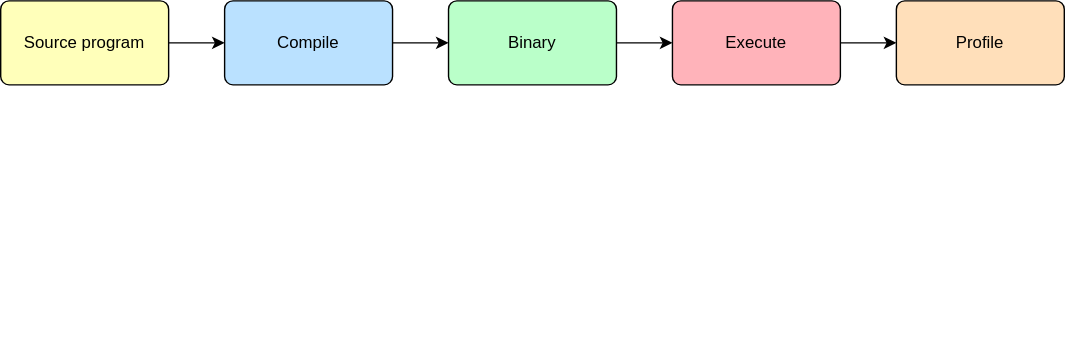
This is public/images/pgo/pgo5.svg from zBION1C/phd_presentation, a draw.io export, as it was before one commit. Source tidied: cells renumbered, new cells last; positions are measured from the earlier drawing's top-left corner, leaving out a move shared by most shapes. Its diagram source:
```xml
<mxGraphModel>
  <root>
    <mxCell id="0" />
    <mxCell id="1" parent="0" />
    <mxCell id="2" style="edgeStyle=orthogonalEdgeStyle;rounded=0;jettySize=auto;html=1;" parent="1" edge="1" source="4" target="6">
      <mxGeometry relative="1" as="geometry" />
    </mxCell>
    <mxCell id="3" style="edgeStyle=orthogonalEdgeStyle;rounded=1;jettySize=auto;html=1;exitX=0.5;exitY=1;exitDx=0;exitDy=0;entryX=0;entryY=0.5;entryDx=0;entryDy=0;strokeColor=default;align=center;verticalAlign=middle;arcSize=10;fontFamily=Helvetica;fontSize=12;fontColor=default;labelBackgroundColor=default;endArrow=classic;fillColor=#BAFFC9;opacity=0;textOpacity=0;" parent="1" edge="1" source="4" target="14">
      <mxGeometry relative="1" as="geometry" />
    </mxCell>
    <mxCell id="4" value="Source program" style="rounded=1;whiteSpace=wrap;html=1;arcSize=10;strokeColor=default;align=center;verticalAlign=middle;fontFamily=Helvetica;fontSize=12;fontColor=default;fillColor=#FFFFBA;fillOpacity=100;strokeOpacity=100;" parent="1" vertex="1">
      <mxGeometry width="120" height="60" as="geometry" />
    </mxCell>
    <mxCell id="5" style="edgeStyle=orthogonalEdgeStyle;rounded=0;jettySize=auto;html=1;" parent="1" edge="1" source="6" target="8">
      <mxGeometry relative="1" as="geometry" />
    </mxCell>
    <mxCell id="6" value="Compile" style="rounded=1;whiteSpace=wrap;html=1;arcSize=10;align=center;verticalAlign=middle;fontFamily=Helvetica;fontSize=12;fillOpacity=100;strokeOpacity=100;fillColor=#BAE1FF;" parent="1" vertex="1">
      <mxGeometry x="160" width="120" height="60" as="geometry" />
    </mxCell>
    <mxCell id="7" style="edgeStyle=orthogonalEdgeStyle;rounded=0;jettySize=auto;html=1;" parent="1" edge="1" source="8" target="10">
      <mxGeometry relative="1" as="geometry" />
    </mxCell>
    <mxCell id="8" value="Binary" style="rounded=1;whiteSpace=wrap;html=1;arcSize=10;strokeColor=default;align=center;verticalAlign=middle;fontFamily=Helvetica;fontSize=12;fontColor=default;fillColor=#BAFFC9;fillOpacity=100;strokeOpacity=100;" parent="1" vertex="1">
      <mxGeometry x="320" width="120" height="60" as="geometry" />
    </mxCell>
    <mxCell id="9" style="edgeStyle=orthogonalEdgeStyle;rounded=0;jettySize=auto;html=1;" parent="1" edge="1" source="10" target="12">
      <mxGeometry relative="1" as="geometry" />
    </mxCell>
    <mxCell id="10" value="Execute" style="rounded=1;whiteSpace=wrap;html=1;arcSize=10;strokeColor=default;align=center;verticalAlign=middle;fontFamily=Helvetica;fontSize=12;fontColor=default;fillColor=#FFB3BA;fillOpacity=100;strokeOpacity=100;" parent="1" vertex="1">
      <mxGeometry x="480" width="120" height="60" as="geometry" />
    </mxCell>
    <mxCell id="11" style="edgeStyle=orthogonalEdgeStyle;rounded=1;jettySize=auto;html=1;exitX=0.5;exitY=1;exitDx=0;exitDy=0;entryX=1;entryY=0.5;entryDx=0;entryDy=0;strokeColor=default;align=center;verticalAlign=middle;arcSize=10;fontFamily=Helvetica;fontSize=12;fontColor=default;fillColor=#BAFFC9;opacity=0;textOpacity=0;" parent="1" edge="1" source="12" target="14">
      <mxGeometry relative="1" as="geometry" />
    </mxCell>
    <mxCell id="12" value="Profile" style="rounded=1;whiteSpace=wrap;html=1;arcSize=10;strokeColor=default;align=center;verticalAlign=middle;fontFamily=Helvetica;fontSize=12;fontColor=default;fillColor=#FFDFBA;fillOpacity=100;strokeOpacity=100;" parent="1" vertex="1">
      <mxGeometry x="640" width="120" height="60" as="geometry" />
    </mxCell>
    <mxCell id="13" style="edgeStyle=orthogonalEdgeStyle;rounded=0;jettySize=auto;html=1;opacity=0;textOpacity=0;" parent="1" edge="1" source="14" target="15">
      <mxGeometry relative="1" as="geometry" />
    </mxCell>
    <mxCell id="14" value="Compile" style="rounded=1;whiteSpace=wrap;html=1;arcSize=10;strokeColor=default;align=center;verticalAlign=middle;fontFamily=Helvetica;fontSize=12;fontColor=default;fillColor=#BAE1FF;fillOpacity=100;strokeOpacity=100;opacity=0;textOpacity=0;" parent="1" vertex="1">
      <mxGeometry x="320" y="90" width="120" height="60" as="geometry" />
    </mxCell>
    <mxCell id="15" value="PGO binary" style="rounded=1;whiteSpace=wrap;html=1;arcSize=10;strokeColor=default;align=center;verticalAlign=middle;fontFamily=Helvetica;fontSize=12;fontColor=default;fillColor=#BAFFC9;fillOpacity=100;strokeOpacity=100;opacity=0;textOpacity=0;" parent="1" vertex="1">
      <mxGeometry x="320" y="180" width="120" height="60" as="geometry" />
    </mxCell>
  </root>
</mxGraphModel>
```
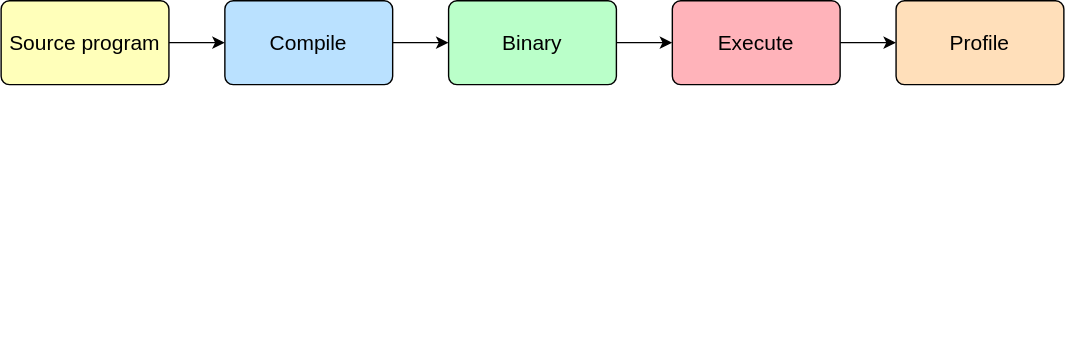
Above is the later version.

Diff of the diagram source:
```diff
@@ -2,46 +2,46 @@
   <root>
     <mxCell id="0" />
     <mxCell id="1" parent="0" />
-    <mxCell id="2" style="edgeStyle=orthogonalEdgeStyle;rounded=0;jettySize=auto;html=1;" parent="1" edge="1" source="4" target="6">
+    <mxCell id="2" style="edgeStyle=orthogonalEdgeStyle;rounded=0;jettySize=auto;html=1;fontSize=15;" parent="1" edge="1" source="4" target="6">
       <mxGeometry relative="1" as="geometry" />
     </mxCell>
-    <mxCell id="3" style="edgeStyle=orthogonalEdgeStyle;rounded=1;jettySize=auto;html=1;exitX=0.5;exitY=1;exitDx=0;exitDy=0;entryX=0;entryY=0.5;entryDx=0;entryDy=0;strokeColor=default;align=center;verticalAlign=middle;arcSize=10;fontFamily=Helvetica;fontSize=12;fontColor=default;labelBackgroundColor=default;endArrow=classic;fillColor=#BAFFC9;opacity=0;textOpacity=0;" parent="1" edge="1" source="4" target="14">
+    <mxCell id="3" style="edgeStyle=orthogonalEdgeStyle;rounded=1;jettySize=auto;html=1;exitX=0.5;exitY=1;exitDx=0;exitDy=0;entryX=0;entryY=0.5;entryDx=0;entryDy=0;strokeColor=default;align=center;verticalAlign=middle;arcSize=10;fontFamily=Helvetica;fontSize=15;fontColor=default;labelBackgroundColor=default;endArrow=classic;fillColor=#BAFFC9;opacity=0;textOpacity=0;" parent="1" edge="1" source="4" target="14">
       <mxGeometry relative="1" as="geometry" />
     </mxCell>
-    <mxCell id="4" value="Source program" style="rounded=1;whiteSpace=wrap;html=1;arcSize=10;strokeColor=default;align=center;verticalAlign=middle;fontFamily=Helvetica;fontSize=12;fontColor=default;fillColor=#FFFFBA;fillOpacity=100;strokeOpacity=100;" parent="1" vertex="1">
+    <mxCell id="4" value="Source program" style="rounded=1;whiteSpace=wrap;html=1;arcSize=10;strokeColor=default;align=center;verticalAlign=middle;fontFamily=Helvetica;fontSize=15;fontColor=default;fillColor=#FFFFBA;fillOpacity=100;strokeOpacity=100;" parent="1" vertex="1">
       <mxGeometry width="120" height="60" as="geometry" />
     </mxCell>
-    <mxCell id="5" style="edgeStyle=orthogonalEdgeStyle;rounded=0;jettySize=auto;html=1;" parent="1" edge="1" source="6" target="8">
+    <mxCell id="5" style="edgeStyle=orthogonalEdgeStyle;rounded=0;jettySize=auto;html=1;fontSize=15;" parent="1" edge="1" source="6" target="8">
       <mxGeometry relative="1" as="geometry" />
     </mxCell>
-    <mxCell id="6" value="Compile" style="rounded=1;whiteSpace=wrap;html=1;arcSize=10;align=center;verticalAlign=middle;fontFamily=Helvetica;fontSize=12;fillOpacity=100;strokeOpacity=100;fillColor=#BAE1FF;" parent="1" vertex="1">
+    <mxCell id="6" value="Compile" style="rounded=1;whiteSpace=wrap;html=1;arcSize=10;align=center;verticalAlign=middle;fontFamily=Helvetica;fontSize=15;fillOpacity=100;strokeOpacity=100;fillColor=#BAE1FF;" parent="1" vertex="1">
       <mxGeometry x="160" width="120" height="60" as="geometry" />
     </mxCell>
-    <mxCell id="7" style="edgeStyle=orthogonalEdgeStyle;rounded=0;jettySize=auto;html=1;" parent="1" edge="1" source="8" target="10">
+    <mxCell id="7" style="edgeStyle=orthogonalEdgeStyle;rounded=0;jettySize=auto;html=1;fontSize=15;" parent="1" edge="1" source="8" target="10">
       <mxGeometry relative="1" as="geometry" />
     </mxCell>
-    <mxCell id="8" value="Binary" style="rounded=1;whiteSpace=wrap;html=1;arcSize=10;strokeColor=default;align=center;verticalAlign=middle;fontFamily=Helvetica;fontSize=12;fontColor=default;fillColor=#BAFFC9;fillOpacity=100;strokeOpacity=100;" parent="1" vertex="1">
+    <mxCell id="8" value="Binary" style="rounded=1;whiteSpace=wrap;html=1;arcSize=10;strokeColor=default;align=center;verticalAlign=middle;fontFamily=Helvetica;fontSize=15;fontColor=default;fillColor=#BAFFC9;fillOpacity=100;strokeOpacity=100;" parent="1" vertex="1">
       <mxGeometry x="320" width="120" height="60" as="geometry" />
     </mxCell>
-    <mxCell id="9" style="edgeStyle=orthogonalEdgeStyle;rounded=0;jettySize=auto;html=1;" parent="1" edge="1" source="10" target="12">
+    <mxCell id="9" style="edgeStyle=orthogonalEdgeStyle;rounded=0;jettySize=auto;html=1;fontSize=15;" parent="1" edge="1" source="10" target="12">
       <mxGeometry relative="1" as="geometry" />
     </mxCell>
-    <mxCell id="10" value="Execute" style="rounded=1;whiteSpace=wrap;html=1;arcSize=10;strokeColor=default;align=center;verticalAlign=middle;fontFamily=Helvetica;fontSize=12;fontColor=default;fillColor=#FFB3BA;fillOpacity=100;strokeOpacity=100;" parent="1" vertex="1">
+    <mxCell id="10" value="Execute" style="rounded=1;whiteSpace=wrap;html=1;arcSize=10;strokeColor=default;align=center;verticalAlign=middle;fontFamily=Helvetica;fontSize=15;fontColor=default;fillColor=#FFB3BA;fillOpacity=100;strokeOpacity=100;" parent="1" vertex="1">
       <mxGeometry x="480" width="120" height="60" as="geometry" />
     </mxCell>
-    <mxCell id="11" style="edgeStyle=orthogonalEdgeStyle;rounded=1;jettySize=auto;html=1;exitX=0.5;exitY=1;exitDx=0;exitDy=0;entryX=1;entryY=0.5;entryDx=0;entryDy=0;strokeColor=default;align=center;verticalAlign=middle;arcSize=10;fontFamily=Helvetica;fontSize=12;fontColor=default;fillColor=#BAFFC9;opacity=0;textOpacity=0;" parent="1" edge="1" source="12" target="14">
+    <mxCell id="11" style="edgeStyle=orthogonalEdgeStyle;rounded=1;jettySize=auto;html=1;exitX=0.5;exitY=1;exitDx=0;exitDy=0;entryX=1;entryY=0.5;entryDx=0;entryDy=0;strokeColor=default;align=center;verticalAlign=middle;arcSize=10;fontFamily=Helvetica;fontSize=15;fontColor=default;fillColor=#BAFFC9;opacity=0;textOpacity=0;" parent="1" edge="1" source="12" target="14">
       <mxGeometry relative="1" as="geometry" />
     </mxCell>
-    <mxCell id="12" value="Profile" style="rounded=1;whiteSpace=wrap;html=1;arcSize=10;strokeColor=default;align=center;verticalAlign=middle;fontFamily=Helvetica;fontSize=12;fontColor=default;fillColor=#FFDFBA;fillOpacity=100;strokeOpacity=100;" parent="1" vertex="1">
+    <mxCell id="12" value="Profile" style="rounded=1;whiteSpace=wrap;html=1;arcSize=10;strokeColor=default;align=center;verticalAlign=middle;fontFamily=Helvetica;fontSize=15;fontColor=default;fillColor=#FFDFBA;fillOpacity=100;strokeOpacity=100;" parent="1" vertex="1">
       <mxGeometry x="640" width="120" height="60" as="geometry" />
     </mxCell>
-    <mxCell id="13" style="edgeStyle=orthogonalEdgeStyle;rounded=0;jettySize=auto;html=1;opacity=0;textOpacity=0;" parent="1" edge="1" source="14" target="15">
+    <mxCell id="13" style="edgeStyle=orthogonalEdgeStyle;rounded=0;jettySize=auto;html=1;opacity=0;textOpacity=0;fontSize=15;" parent="1" edge="1" source="14" target="15">
       <mxGeometry relative="1" as="geometry" />
     </mxCell>
-    <mxCell id="14" value="Compile" style="rounded=1;whiteSpace=wrap;html=1;arcSize=10;strokeColor=default;align=center;verticalAlign=middle;fontFamily=Helvetica;fontSize=12;fontColor=default;fillColor=#BAE1FF;fillOpacity=100;strokeOpacity=100;opacity=0;textOpacity=0;" parent="1" vertex="1">
+    <mxCell id="14" value="Compile" style="rounded=1;whiteSpace=wrap;html=1;arcSize=10;strokeColor=default;align=center;verticalAlign=middle;fontFamily=Helvetica;fontSize=15;fontColor=default;fillColor=#BAE1FF;fillOpacity=100;strokeOpacity=100;opacity=0;textOpacity=0;" parent="1" vertex="1">
       <mxGeometry x="320" y="90" width="120" height="60" as="geometry" />
     </mxCell>
-    <mxCell id="15" value="PGO binary" style="rounded=1;whiteSpace=wrap;html=1;arcSize=10;strokeColor=default;align=center;verticalAlign=middle;fontFamily=Helvetica;fontSize=12;fontColor=default;fillColor=#BAFFC9;fillOpacity=100;strokeOpacity=100;opacity=0;textOpacity=0;" parent="1" vertex="1">
+    <mxCell id="15" value="PGO binary" style="rounded=1;whiteSpace=wrap;html=1;arcSize=10;strokeColor=default;align=center;verticalAlign=middle;fontFamily=Helvetica;fontSize=15;fontColor=default;fillColor=#BAFFC9;fillOpacity=100;strokeOpacity=100;opacity=0;textOpacity=0;" parent="1" vertex="1">
       <mxGeometry x="320" y="180" width="120" height="60" as="geometry" />
     </mxCell>
   </root>
```
